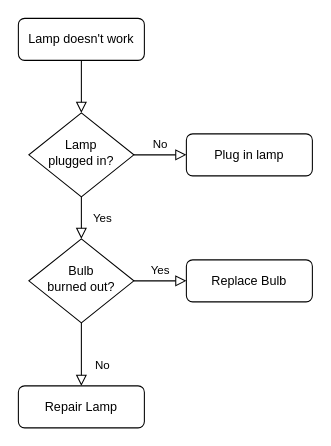
The draw.io diagram Diagramme sans nom.drawio in loubhmd/loubhmd, before the edit. Source tidied: cells renumbered, new cells numbered last; positions are measured from the earlier drawing's top-left corner, leaving out a move shared by most shapes. Both pictures are drawn from the tidied source at 105%, with x=0, y=0 at pixel (18, 18).
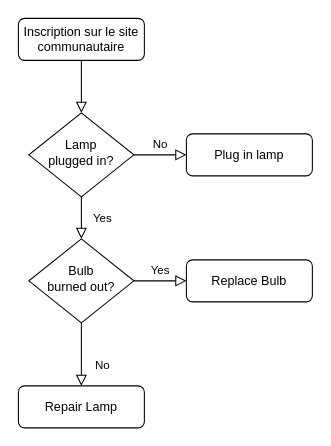
After the change.

Commit message:
Diagramme d'état de navigation VFT.drawio

Diff of the diagram source:
```diff
@@
 <mxGraphModel>
   <root>
     <mxCell id="0" />
     <mxCell id="1" parent="0" />
     <mxCell id="2" style="rounded=0;html=1;jettySize=auto;fontSize=11;endArrow=block;endFill=0;endSize=8;strokeWidth=1;shadow=0;labelBackgroundColor=none;edgeStyle=orthogonalEdgeStyle;" parent="1" edge="1" source="3" target="6">
       <mxGeometry relative="1" as="geometry" />
     </mxCell>
-    <mxCell id="3" value="Lamp doesn't work" style="rounded=1;whiteSpace=wrap;html=1;fontSize=12;glass=0;strokeWidth=1;shadow=0;" parent="1" vertex="1">
+    <mxCell id="3" value="Inscription sur le site communautaire" style="rounded=1;whiteSpace=wrap;html=1;fontSize=12;glass=0;strokeWidth=1;shadow=0;" parent="1" vertex="1">
       <mxGeometry width="120" height="40" as="geometry" />
     </mxCell>
     <mxCell id="4" value="Yes" style="rounded=0;html=1;jettySize=auto;fontSize=11;endArrow=block;endFill=0;endSize=8;strokeWidth=1;shadow=0;labelBackgroundColor=none;edgeStyle=orthogonalEdgeStyle;" parent="1" edge="1" source="6" target="10">
       <mxGeometry y="20" relative="1" as="geometry" />
     </mxCell>
     <mxCell id="5" value="No" style="edgeStyle=orthogonalEdgeStyle;rounded=0;html=1;jettySize=auto;fontSize=11;endArrow=block;endFill=0;endSize=8;strokeWidth=1;shadow=0;labelBackgroundColor=none;" parent="1" edge="1" source="6" target="7">
       <mxGeometry y="10" relative="1" as="geometry" />
     </mxCell>
     <mxCell id="6" value="Lamp&lt;br&gt;plugged in?" style="rhombus;whiteSpace=wrap;html=1;shadow=0;fontFamily=Helvetica;fontSize=12;align=center;strokeWidth=1;spacing=6;spacingTop=-4;" parent="1" vertex="1">
       <mxGeometry x="10" y="90" width="100" height="80" as="geometry" />
     </mxCell>
     <mxCell id="7" value="Plug in lamp" style="rounded=1;whiteSpace=wrap;html=1;fontSize=12;glass=0;strokeWidth=1;shadow=0;" parent="1" vertex="1">
       <mxGeometry x="160" y="110" width="120" height="40" as="geometry" />
     </mxCell>
     <mxCell id="8" value="No" style="rounded=0;html=1;jettySize=auto;fontSize=11;endArrow=block;endFill=0;endSize=8;strokeWidth=1;shadow=0;labelBackgroundColor=none;edgeStyle=orthogonalEdgeStyle;" parent="1" edge="1" source="10" target="11">
       <mxGeometry x="0.33" y="20" relative="1" as="geometry" />
     </mxCell>
     <mxCell id="9" value="Yes" style="edgeStyle=orthogonalEdgeStyle;rounded=0;html=1;jettySize=auto;fontSize=11;endArrow=block;endFill=0;endSize=8;strokeWidth=1;shadow=0;labelBackgroundColor=none;" parent="1" edge="1" source="10" target="12">
       <mxGeometry y="10" relative="1" as="geometry" />
     </mxCell>
     <mxCell id="10" value="Bulb&lt;br&gt;burned out?" style="rhombus;whiteSpace=wrap;html=1;shadow=0;fontFamily=Helvetica;fontSize=12;align=center;strokeWidth=1;spacing=6;spacingTop=-4;" parent="1" vertex="1">
       <mxGeometry x="10" y="210" width="100" height="80" as="geometry" />
     </mxCell>
     <mxCell id="11" value="Repair Lamp" style="rounded=1;whiteSpace=wrap;html=1;fontSize=12;glass=0;strokeWidth=1;shadow=0;" parent="1" vertex="1">
       <mxGeometry y="350" width="120" height="40" as="geometry" />
     </mxCell>
     <mxCell id="12" value="Replace Bulb" style="rounded=1;whiteSpace=wrap;html=1;fontSize=12;glass=0;strokeWidth=1;shadow=0;" parent="1" vertex="1">
       <mxGeometry x="160" y="230" width="120" height="40" as="geometry" />
     </mxCell>
   </root>
 </mxGraphModel>
```
